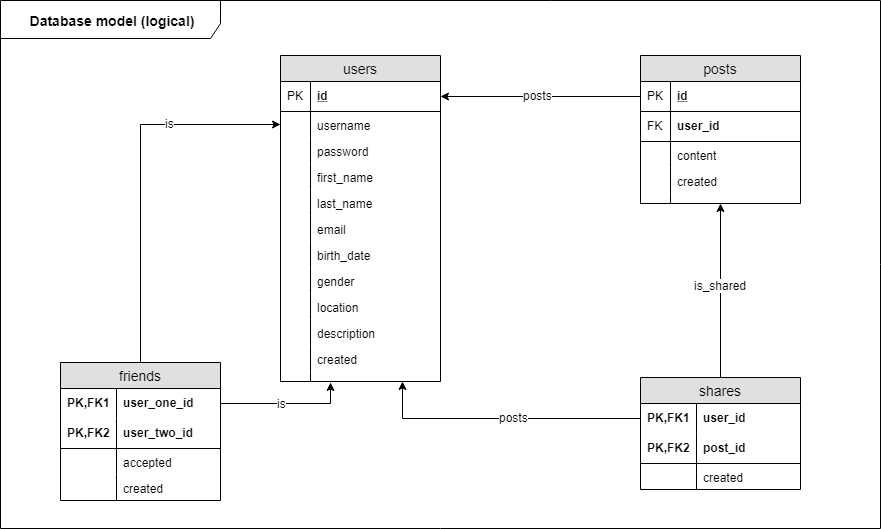
Earlier version of the draw.io export documentation/database/Database Model (logical).png (marcheimendinger/little-social-network). Source tidied: cells renumbered, new cells last; positions are measured from the earlier drawing's top-left corner, leaving out a move shared by most shapes.
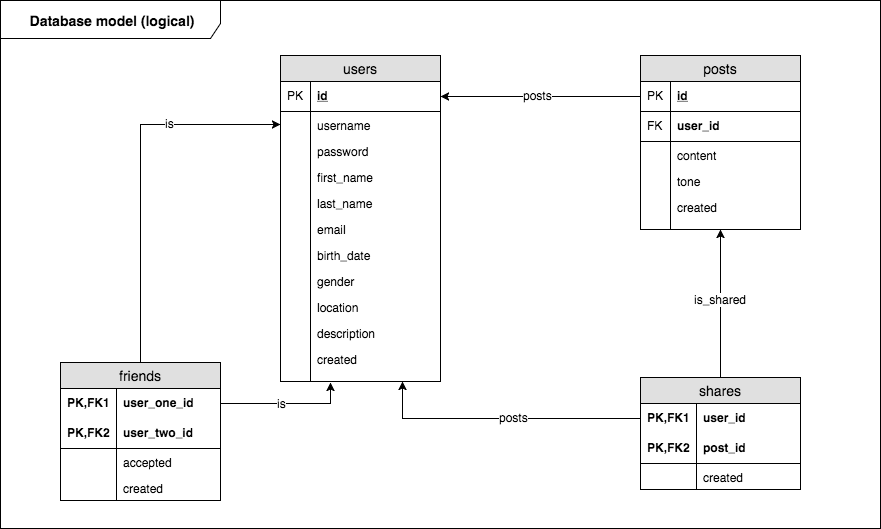
Later version of the same file.

The edit, as a diff of the source:
```diff
@@ -199,7 +199,7 @@
       <mxGeometry width="30" height="10" as="geometry" />
     </mxCell>
     <mxCell id="56" value="posts" style="swimlane;fontStyle=0;horizontal=1;startSize=26;fillColor=#e0e0e0;swimlaneFillColor=#ffffff;align=center;fontSize=14;" parent="1" vertex="1">
-      <mxGeometry x="1000" y="55" width="160" height="148" as="geometry" />
+      <mxGeometry x="1000" y="55" width="160" height="174" as="geometry" />
     </mxCell>
     <mxCell id="57" value="id" style="shape=partialRectangle;top=0;left=0;right=0;bottom=1;align=left;verticalAlign=middle;fillColor=none;spacingLeft=34;spacingRight=4;overflow=hidden;points=[[0,0.5],[1,0.5]];portConstraint=eastwest;fontStyle=5;fontSize=12;" parent="56" vertex="1">
       <mxGeometry y="26" width="160" height="30" as="geometry" />
@@ -219,14 +219,20 @@
     <mxCell id="62" style="shape=partialRectangle;top=0;left=0;bottom=0;fillColor=none;align=left;verticalAlign=top;spacingLeft=4;spacingRight=4;overflow=hidden;fontSize=12;" parent="61" vertex="1">
       <mxGeometry width="30" height="26" as="geometry" />
     </mxCell>
+    <mxCell id="93" value="tone" style="shape=partialRectangle;top=0;left=0;right=0;bottom=0;align=left;verticalAlign=top;fillColor=none;spacingLeft=34;spacingRight=4;overflow=hidden;fontSize=12;" parent="56" vertex="1">
+      <mxGeometry y="112" width="160" height="26" as="geometry" />
+    </mxCell>
+    <mxCell id="94" style="shape=partialRectangle;top=0;left=0;bottom=0;fillColor=none;align=left;verticalAlign=top;spacingLeft=4;spacingRight=4;overflow=hidden;fontSize=12;" parent="93" vertex="1">
+      <mxGeometry width="30" height="26" as="geometry" />
+    </mxCell>
     <mxCell id="63" value="created" style="shape=partialRectangle;top=0;left=0;right=0;bottom=0;align=left;verticalAlign=top;fillColor=none;spacingLeft=34;spacingRight=4;overflow=hidden;fontSize=12;" parent="56" vertex="1">
-      <mxGeometry y="112" width="160" height="26" as="geometry" />
+      <mxGeometry y="138" width="160" height="26" as="geometry" />
     </mxCell>
     <mxCell id="64" style="shape=partialRectangle;top=0;left=0;bottom=0;fillColor=none;align=left;verticalAlign=top;spacingLeft=4;spacingRight=4;overflow=hidden;fontSize=12;" parent="63" vertex="1">
       <mxGeometry width="30" height="26" as="geometry" />
     </mxCell>
     <mxCell id="65" style="shape=partialRectangle;top=0;left=0;right=0;bottom=0;align=left;verticalAlign=top;fillColor=none;spacingLeft=34;spacingRight=4;overflow=hidden;points=[[0,0.5],[1,0.5]];portConstraint=eastwest;fontSize=12;" parent="56" vertex="1">
-      <mxGeometry y="138" width="160" height="10" as="geometry" />
+      <mxGeometry y="164" width="160" height="10" as="geometry" />
     </mxCell>
     <mxCell id="66" style="shape=partialRectangle;top=0;left=0;bottom=0;fillColor=none;align=left;verticalAlign=top;spacingLeft=4;spacingRight=4;overflow=hidden;fontSize=12;" parent="65" vertex="1">
       <mxGeometry width="30" height="10" as="geometry" />
```
